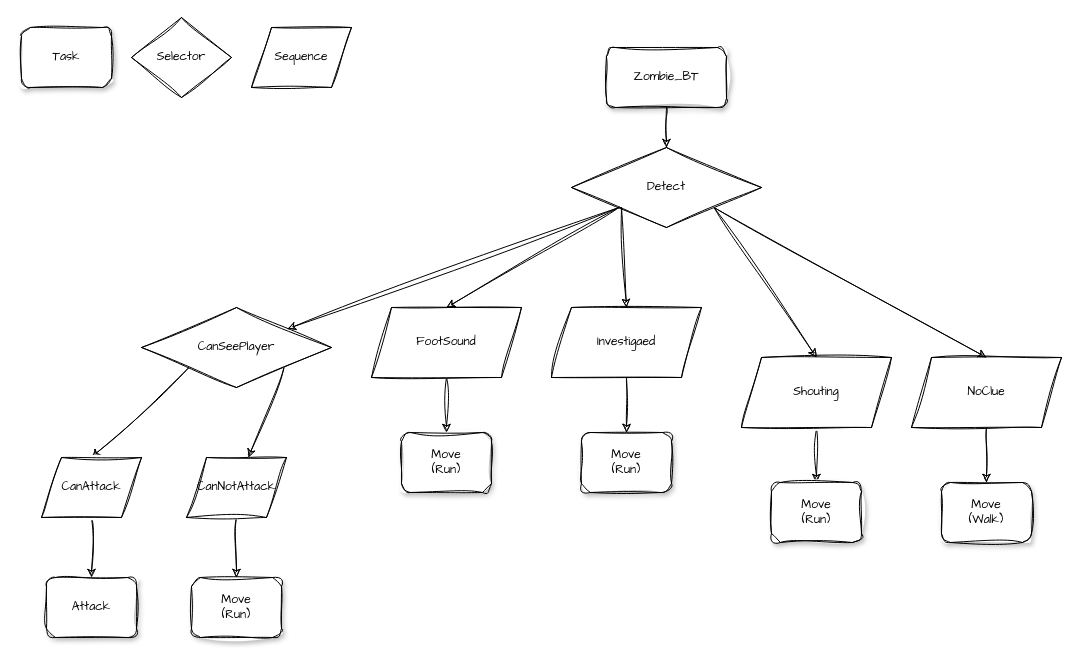
Above: JungSeungWon/기타/Zombie_BT.drawio in 2023gamedev/project (draw.io), before the change. Source tidied: cells renumbered, new cells numbered last; positions are measured from the earlier drawing's top-left corner, leaving out a move shared by most shapes. Both pictures are drawn from the tidied source at 100%, with x=0, y=0 at pixel (21, 17).
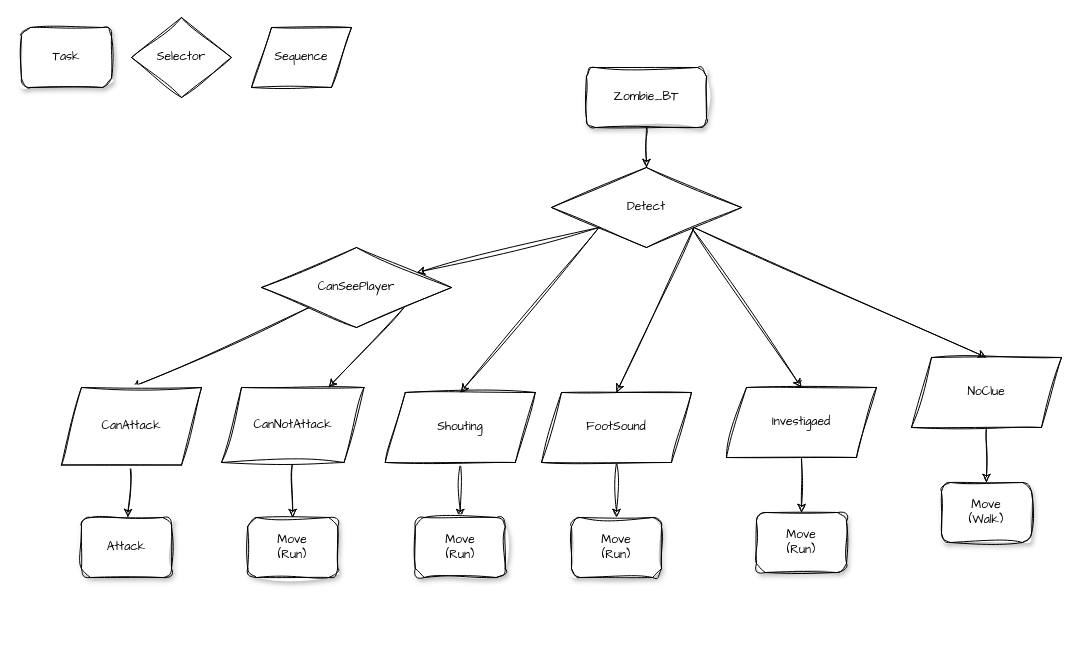
Above is the later version.

The edit, as a diff of the source:
```diff
@@
     <mxCell id="3" value="&lt;div&gt;Zombie_&lt;span style=&quot;background-color: initial;&quot;&gt;BT&lt;/span&gt;&lt;/div&gt;" style="whiteSpace=wrap;html=1;rounded=1;shadow=1;labelBackgroundColor=none;strokeWidth=1;fontFamily=Architects Daughter;fontSize=12;align=center;sketch=1;curveFitting=1;jiggle=2;" parent="1" vertex="1">
-      <mxGeometry x="585" y="30" width="120" height="60" as="geometry" />
+      <mxGeometry x="565" y="50" width="120" height="60" as="geometry" />
     </mxCell>
@@
-    <mxCell id="6" style="rounded=0;sketch=1;hachureGap=4;jiggle=2;curveFitting=1;jettySize=auto;html=1;exitX=1;exitY=1;exitDx=0;exitDy=0;entryX=0.5;entryY=0;entryDx=0;entryDy=0;fontFamily=Architects Daughter;strokeColor=default;" parent="1" edge="1" source="8" target="16">
+    <mxCell id="6" style="rounded=0;sketch=1;hachureGap=4;jiggle=2;curveFitting=1;jettySize=auto;html=1;exitX=0;exitY=1;exitDx=0;exitDy=0;entryX=0.5;entryY=0;entryDx=0;entryDy=0;fontFamily=Architects Daughter;strokeColor=default;" parent="1" edge="1" source="8" target="16">
       <mxGeometry relative="1" as="geometry" />
     </mxCell>
     <mxCell id="7" style="rounded=0;sketch=1;hachureGap=4;jiggle=2;curveFitting=1;jettySize=auto;html=1;entryX=0.5;entryY=0;entryDx=0;entryDy=0;fontFamily=Architects Daughter;" parent="1" edge="1" target="23">
       <mxGeometry relative="1" as="geometry">
-        <mxPoint x="600" y="190" as="sourcePoint" />
+        <mxPoint x="670" y="210" as="sourcePoint" />
       </mxGeometry>
     </mxCell>
     <mxCell id="8" value="Detect" style="rhombus;whiteSpace=wrap;html=1;sketch=1;hachureGap=4;jiggle=2;curveFitting=1;fontFamily=Architects Daughter;" parent="1" vertex="1">
-      <mxGeometry x="550" y="130" width="190" height="80" as="geometry" />
+      <mxGeometry x="530" y="150" width="190" height="80" as="geometry" />
     </mxCell>
@@
     <mxCell id="11" value="CanSeePlayer" style="rhombus;whiteSpace=wrap;html=1;sketch=1;hachureGap=4;jiggle=2;curveFitting=1;fontFamily=Architects Daughter;" parent="1" vertex="1">
-      <mxGeometry x="120" y="290" width="190" height="80" as="geometry" />
+      <mxGeometry x="240" y="230" width="190" height="80" as="geometry" />
     </mxCell>
@@
     <mxCell id="16" value="Shouting" style="shape=parallelogram;perimeter=parallelogramPerimeter;whiteSpace=wrap;html=1;fixedSize=1;sketch=1;hachureGap=4;jiggle=2;curveFitting=1;fontFamily=Architects Daughter;" parent="1" vertex="1">
-      <mxGeometry x="720" y="340" width="150" height="70" as="geometry" />
+      <mxGeometry x="363.8" y="375" width="150" height="70" as="geometry" />
     </mxCell>
@@
     <mxCell id="18" value="FootSound" style="shape=parallelogram;perimeter=parallelogramPerimeter;whiteSpace=wrap;html=1;fixedSize=1;sketch=1;hachureGap=4;jiggle=2;curveFitting=1;fontFamily=Architects Daughter;" parent="1" vertex="1">
-      <mxGeometry x="350" y="290" width="150" height="70" as="geometry" />
+      <mxGeometry x="520" y="375" width="150" height="70" as="geometry" />
     </mxCell>
@@
-    <mxCell id="21" style="rounded=0;sketch=1;hachureGap=4;jiggle=2;curveFitting=1;jettySize=auto;html=1;exitX=0;exitY=1;exitDx=0;exitDy=0;entryX=0.5;entryY=0;entryDx=0;entryDy=0;fontFamily=Architects Daughter;" parent="1" edge="1" source="8" target="18">
+    <mxCell id="21" style="rounded=0;sketch=1;hachureGap=4;jiggle=2;curveFitting=1;jettySize=auto;html=1;exitX=1;exitY=1;exitDx=0;exitDy=0;entryX=0.5;entryY=0;entryDx=0;entryDy=0;fontFamily=Architects Daughter;" parent="1" edge="1" source="8" target="18">
       <mxGeometry relative="1" as="geometry" />
     </mxCell>
@@
     <mxCell id="23" value="Investigaed" style="shape=parallelogram;perimeter=parallelogramPerimeter;whiteSpace=wrap;html=1;fixedSize=1;sketch=1;hachureGap=4;jiggle=2;curveFitting=1;fontFamily=Architects Daughter;" parent="1" vertex="1">
-      <mxGeometry x="530" y="290" width="150" height="70" as="geometry" />
+      <mxGeometry x="705" y="370" width="150" height="70" as="geometry" />
     </mxCell>
@@
     <mxCell id="25" value="CanAttack" style="shape=parallelogram;perimeter=parallelogramPerimeter;whiteSpace=wrap;html=1;fixedSize=1;sketch=1;hachureGap=4;jiggle=2;curveFitting=1;fontFamily=Architects Daughter;" parent="1" vertex="1">
-      <mxGeometry x="20" y="440" width="100" height="60" as="geometry" />
+      <mxGeometry x="40" y="370" width="140" height="77.5" as="geometry" />
     </mxCell>
@@
     <mxCell id="27" value="CanNotAttack" style="shape=parallelogram;perimeter=parallelogramPerimeter;whiteSpace=wrap;html=1;fixedSize=1;sketch=1;hachureGap=4;jiggle=2;curveFitting=1;fontFamily=Architects Daughter;" parent="1" vertex="1">
-      <mxGeometry x="165" y="440" width="100" height="60" as="geometry" />
+      <mxGeometry x="200" y="370" width="142.5" height="75" as="geometry" />
     </mxCell>
     <mxCell id="28" value="&lt;div&gt;Attack&lt;/div&gt;" style="whiteSpace=wrap;html=1;rounded=1;shadow=1;labelBackgroundColor=none;strokeWidth=1;fontFamily=Architects Daughter;fontSize=12;align=center;sketch=1;curveFitting=1;jiggle=2;" parent="1" vertex="1">
-      <mxGeometry x="25" y="560" width="90" height="60" as="geometry" />
+      <mxGeometry x="60" y="500" width="90" height="60" as="geometry" />
     </mxCell>
     <mxCell id="29" value="&lt;div&gt;Move&lt;br&gt;(Run)&lt;/div&gt;" style="whiteSpace=wrap;html=1;rounded=1;shadow=1;labelBackgroundColor=none;strokeWidth=1;fontFamily=Architects Daughter;fontSize=12;align=center;sketch=1;curveFitting=1;jiggle=2;" parent="1" vertex="1">
-      <mxGeometry x="170" y="560" width="90" height="60" as="geometry" />
+      <mxGeometry x="226.2" y="500" width="90" height="60" as="geometry" />
     </mxCell>
     <mxCell id="30" value="&lt;div&gt;Move&lt;br&gt;(Run)&lt;/div&gt;" style="whiteSpace=wrap;html=1;rounded=1;shadow=1;labelBackgroundColor=none;strokeWidth=1;fontFamily=Architects Daughter;fontSize=12;align=center;sketch=1;curveFitting=1;jiggle=2;" parent="1" vertex="1">
-      <mxGeometry x="750" y="465" width="90" height="60" as="geometry" />
+      <mxGeometry x="393.8" y="500" width="90" height="60" as="geometry" />
     </mxCell>
     <mxCell id="31" value="&lt;div&gt;Move&lt;br&gt;(Run)&lt;/div&gt;" style="whiteSpace=wrap;html=1;rounded=1;shadow=1;labelBackgroundColor=none;strokeWidth=1;fontFamily=Architects Daughter;fontSize=12;align=center;sketch=1;curveFitting=1;jiggle=2;" parent="1" vertex="1">
-      <mxGeometry x="380" y="415" width="90" height="60" as="geometry" />
+      <mxGeometry x="550" y="500" width="90" height="60" as="geometry" />
     </mxCell>
     <mxCell id="32" value="&lt;div&gt;Move&lt;br&gt;(Run)&lt;/div&gt;" style="whiteSpace=wrap;html=1;rounded=1;shadow=1;labelBackgroundColor=none;strokeWidth=1;fontFamily=Architects Daughter;fontSize=12;align=center;sketch=1;curveFitting=1;jiggle=2;" parent="1" vertex="1">
-      <mxGeometry x="560" y="415" width="90" height="60" as="geometry" />
+      <mxGeometry x="735" y="495" width="90" height="60" as="geometry" />
     </mxCell>
```
